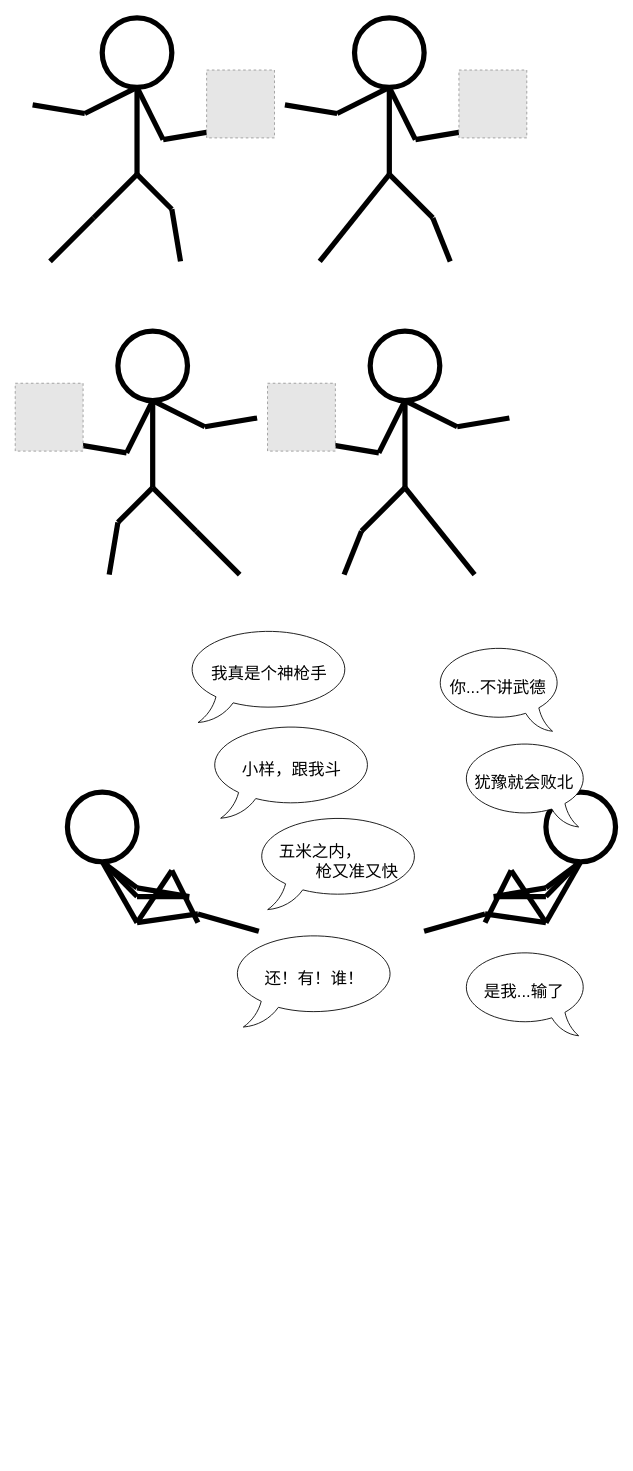
Above: 火材人决斗.drawio in punnpkin/new (draw.io), before the change. Source tidied: cells renumbered, new cells numbered last; positions are measured from the earlier drawing's top-left corner, leaving out a move shared by most shapes. Both pictures are drawn from the tidied source at 87%, with x=0, y=0 at pixel (15, 17). Pictures stored in the file or linked from it are replaced by grey dashed boxes.
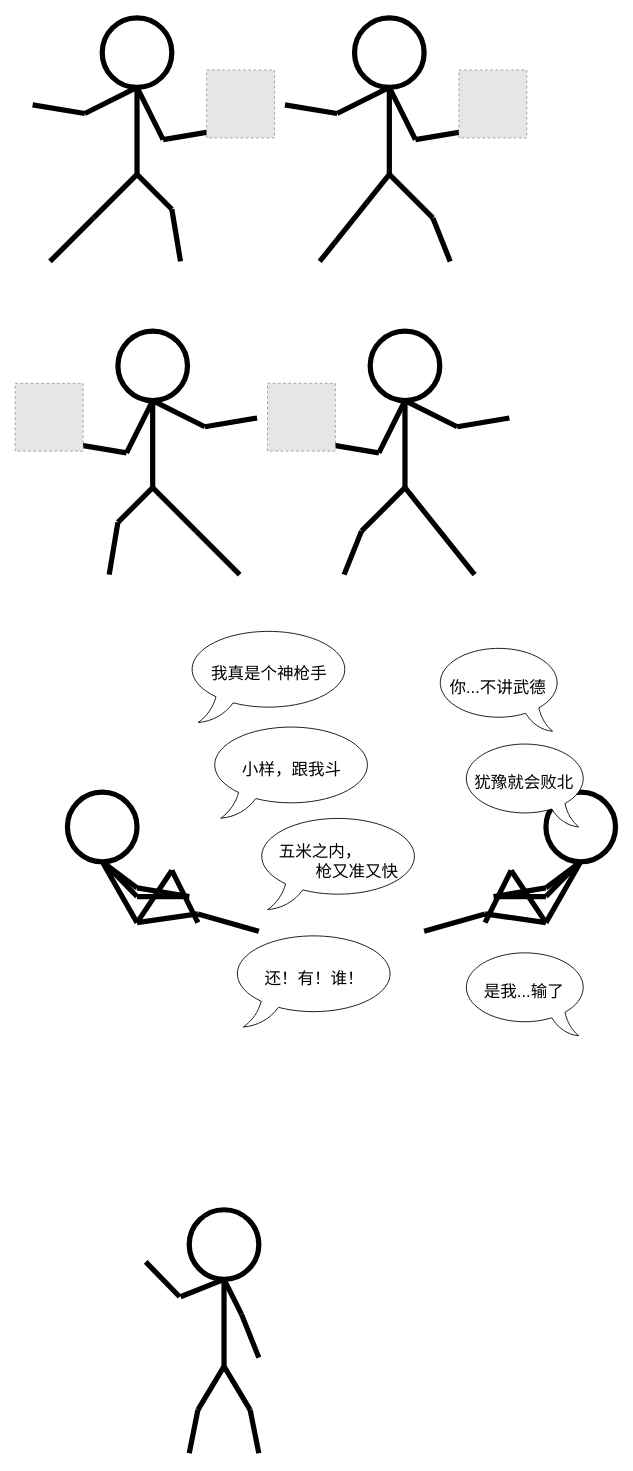
After the change.

Commit message:
更新火材人决斗.drawio

Diff of the diagram source:
```diff
@@
+    <mxCell id="77" style="ellipse;whiteSpace=wrap;html=1;strokeWidth=6;" parent="1" vertex="1">
+      <mxGeometry x="200" y="1370" width="80" height="80" as="geometry" />
+    </mxCell>
+    <mxCell id="78" style="endArrow=none;html=1;rounded=0;strokeWidth=6;" parent="1" edge="1">
+      <mxGeometry relative="1" as="geometry">
+        <mxPoint x="240" y="1550" as="sourcePoint" />
+        <mxPoint x="240" y="1450" as="targetPoint" />
+      </mxGeometry>
+    </mxCell>
+    <mxCell id="79" style="endArrow=none;html=1;rounded=0;strokeWidth=6;entryX=0.5;entryY=1;entryDx=0;entryDy=0;" parent="1" edge="1" target="77">
+      <mxGeometry relative="1" as="geometry">
+        <mxPoint x="190" y="1470" as="sourcePoint" />
+      </mxGeometry>
+    </mxCell>
+    <mxCell id="80" style="endArrow=none;html=1;rounded=0;strokeWidth=6;entryX=0.5;entryY=1;entryDx=0;entryDy=0;" parent="1" edge="1" target="77">
+      <mxGeometry relative="1" as="geometry">
+        <mxPoint x="260" y="1490" as="sourcePoint" />
+      </mxGeometry>
+    </mxCell>
+    <mxCell id="81" style="endArrow=none;html=1;rounded=0;strokeWidth=6;" parent="1" edge="1">
+      <mxGeometry relative="1" as="geometry">
+        <mxPoint x="270" y="1600" as="sourcePoint" />
+        <mxPoint x="240" y="1550" as="targetPoint" />
+      </mxGeometry>
+    </mxCell>
+    <mxCell id="82" style="endArrow=none;html=1;rounded=0;strokeWidth=6;" parent="1" edge="1">
+      <mxGeometry relative="1" as="geometry">
+        <mxPoint x="210" y="1600" as="sourcePoint" />
+        <mxPoint x="240" y="1550" as="targetPoint" />
+      </mxGeometry>
+    </mxCell>
+    <mxCell id="83" style="endArrow=none;html=1;rounded=0;strokeWidth=6;" parent="1" edge="1">
+      <mxGeometry relative="1" as="geometry">
+        <mxPoint x="200" y="1650" as="sourcePoint" />
+        <mxPoint x="210" y="1600" as="targetPoint" />
+      </mxGeometry>
+    </mxCell>
+    <mxCell id="84" style="endArrow=none;html=1;rounded=0;strokeWidth=6;" parent="1" edge="1">
+      <mxGeometry relative="1" as="geometry">
+        <mxPoint x="280" y="1650" as="sourcePoint" />
+        <mxPoint x="270" y="1600" as="targetPoint" />
+      </mxGeometry>
+    </mxCell>
+    <mxCell id="85" style="endArrow=none;html=1;rounded=0;strokeWidth=6;" parent="1" edge="1">
+      <mxGeometry relative="1" as="geometry">
+        <mxPoint x="150" y="1430" as="sourcePoint" />
+        <mxPoint x="189" y="1470" as="targetPoint" />
+      </mxGeometry>
+    </mxCell>
+    <mxCell id="86" style="endArrow=none;html=1;rounded=0;strokeWidth=6;" parent="1" edge="1">
+      <mxGeometry relative="1" as="geometry">
+        <mxPoint x="280" y="1540" as="sourcePoint" />
+        <mxPoint x="260" y="1490" as="targetPoint" />
+      </mxGeometry>
+    </mxCell>
```
